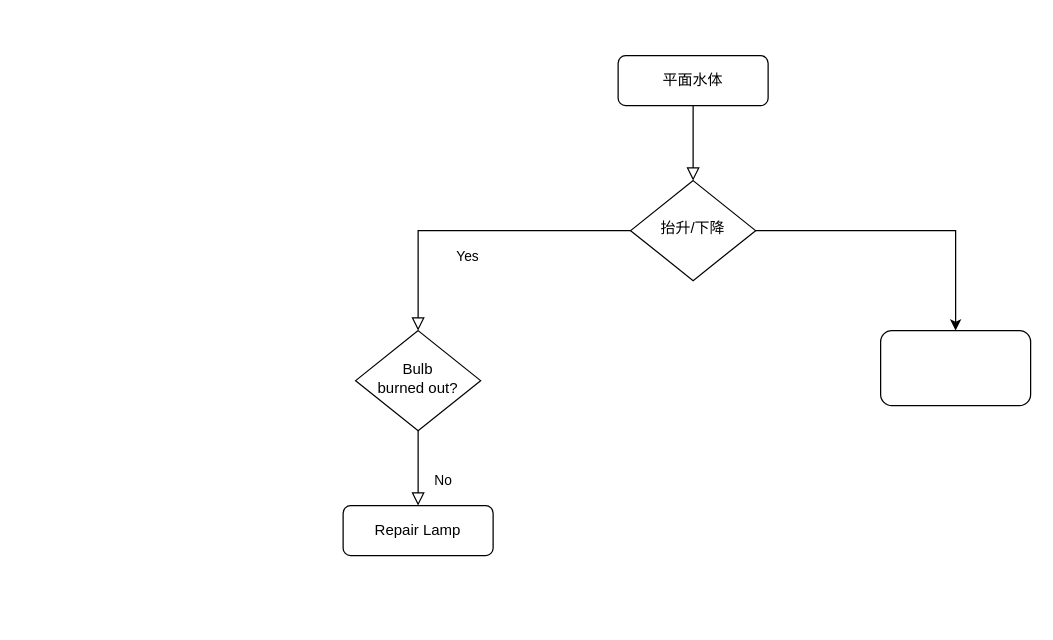
Earlier version of the draw.io diagram Untitled Diagram.drawio (ZihaoLiuLeo/BattleTank). Source tidied: cells renumbered, new cells numbered last; positions are measured from the earlier drawing's top-left corner, leaving out a move shared by most shapes. Both pictures are drawn from the tidied source at 125%, with x=0, y=0 at pixel (342, 55).
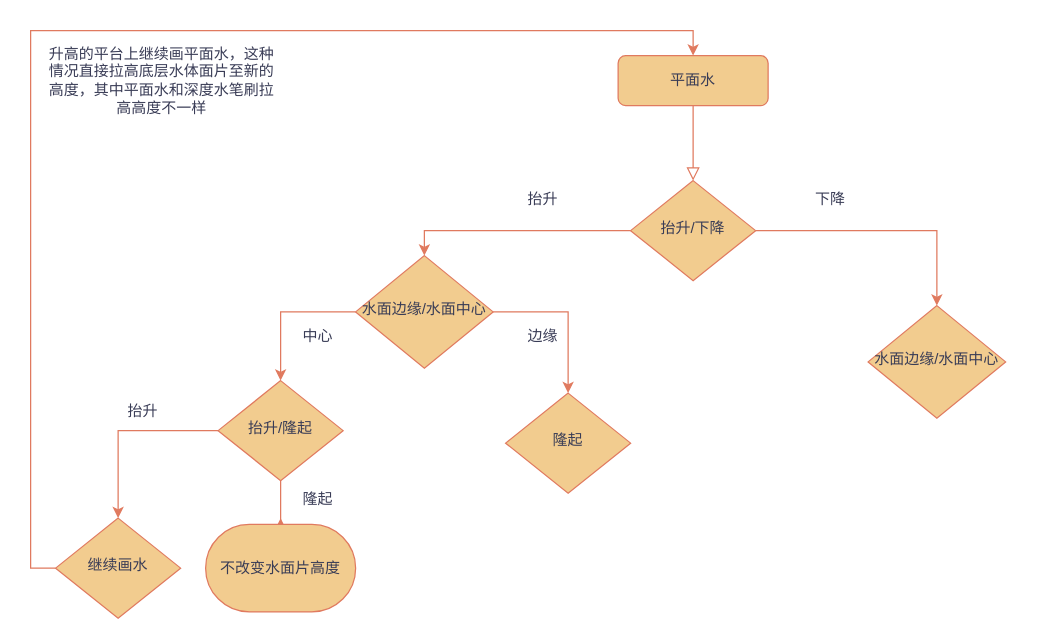
Above is the later version.

Change to the diagram source:
```diff
@@
-    <mxCell id="2" style="rounded=0;html=1;jettySize=auto;fontSize=11;endArrow=block;endFill=0;endSize=8;strokeWidth=1;shadow=0;labelBackgroundColor=none;edgeStyle=orthogonalEdgeStyle;" parent="1" edge="1" source="3" target="6">
+    <mxCell id="2" style="rounded=0;html=1;jettySize=auto;fontSize=11;endArrow=block;endFill=0;endSize=8;strokeWidth=1;shadow=0;labelBackgroundColor=none;edgeStyle=orthogonalEdgeStyle;strokeColor=#E07A5F;fontColor=default;" parent="1" edge="1" source="3" target="6">
       <mxGeometry relative="1" as="geometry" />
     </mxCell>
-    <mxCell id="3" value="平面水体" style="rounded=1;whiteSpace=wrap;html=1;fontSize=12;glass=0;strokeWidth=1;shadow=0;" parent="1" vertex="1">
+    <mxCell id="3" value="平面水" style="rounded=1;whiteSpace=wrap;html=1;fontSize=12;glass=0;strokeWidth=1;shadow=0;labelBackgroundColor=none;fillColor=#F2CC8F;strokeColor=#E07A5F;fontColor=#393C56;" parent="1" vertex="1">
       <mxGeometry x="220" width="120" height="40" as="geometry" />
     </mxCell>
-    <mxCell id="4" value="Yes" style="rounded=0;jettySize=auto;fontSize=11;endArrow=block;endFill=0;endSize=8;strokeWidth=1;shadow=0;labelBackgroundColor=none;edgeStyle=orthogonalEdgeStyle;" parent="1" edge="1" source="6" target="8">
-      <mxGeometry x="0.04" y="20" relative="1" as="geometry" />
-    </mxCell>
-    <mxCell id="5" style="edgeStyle=orthogonalEdgeStyle;rounded=0;jettySize=auto;html=1;" parent="1" edge="1" source="6" target="10">
-      <mxGeometry relative="1" as="geometry" />
-    </mxCell>
+    <mxCell id="11" style="edgeStyle=orthogonalEdgeStyle;rounded=0;jettySize=auto;html=1;entryX=0.5;entryY=0;entryDx=0;entryDy=0;labelBackgroundColor=none;strokeColor=#E07A5F;fontColor=default;" parent="1" edge="1" source="6" target="15">
+      <mxGeometry relative="1" as="geometry" />
+    </mxCell>
+    <mxCell id="12" style="edgeStyle=orthogonalEdgeStyle;rounded=0;jettySize=auto;html=1;labelBackgroundColor=none;strokeColor=#E07A5F;fontColor=default;entryX=0.5;entryY=0;entryDx=0;entryDy=0;" parent="1" edge="1" source="6" target="27">
+      <mxGeometry relative="1" as="geometry" />
+    </mxCell>
-    <mxCell id="6" value="抬升/下降" style="rhombus;whiteSpace=wrap;html=1;shadow=0;fontFamily=Helvetica;fontSize=12;align=center;strokeWidth=1;spacing=6;spacingTop=-4;" parent="1" vertex="1">
+    <mxCell id="6" value="抬升/下降" style="rhombus;whiteSpace=wrap;html=1;shadow=0;fontFamily=Helvetica;fontSize=12;align=center;strokeWidth=1;spacing=6;spacingTop=-4;labelBackgroundColor=none;fillColor=#F2CC8F;strokeColor=#E07A5F;fontColor=#393C56;" parent="1" vertex="1">
       <mxGeometry x="230" y="100" width="100" height="80" as="geometry" />
     </mxCell>
-    <mxCell id="7" value="No" style="rounded=0;html=1;jettySize=auto;fontSize=11;endArrow=block;endFill=0;endSize=8;strokeWidth=1;shadow=0;labelBackgroundColor=none;edgeStyle=orthogonalEdgeStyle;" parent="1" edge="1" source="8" target="9">
-      <mxGeometry x="0.33" y="20" relative="1" as="geometry" />
-    </mxCell>
-    <mxCell id="8" value="Bulb&lt;br&gt;burned out?" style="rhombus;whiteSpace=wrap;html=1;shadow=0;fontFamily=Helvetica;fontSize=12;align=center;strokeWidth=1;spacing=6;spacingTop=-4;" parent="1" vertex="1">
-      <mxGeometry x="10" y="220" width="100" height="80" as="geometry" />
-    </mxCell>
-    <mxCell id="9" value="Repair Lamp" style="rounded=1;whiteSpace=wrap;html=1;fontSize=12;glass=0;strokeWidth=1;shadow=0;" parent="1" vertex="1">
-      <mxGeometry y="360" width="120" height="40" as="geometry" />
-    </mxCell>
-    <mxCell id="10" style="rounded=1;whiteSpace=wrap;html=1;shadow=0;strokeWidth=1;spacing=6;spacingTop=-4;" parent="1" vertex="1">
-      <mxGeometry x="430" y="220" width="120" height="60" as="geometry" />
-    </mxCell>
+    <mxCell id="13" style="edgeStyle=orthogonalEdgeStyle;rounded=0;jettySize=auto;html=1;labelBackgroundColor=none;strokeColor=#E07A5F;fontColor=default;" parent="1" edge="1" source="15" target="20">
+      <mxGeometry relative="1" as="geometry" />
+    </mxCell>
+    <mxCell id="14" style="edgeStyle=orthogonalEdgeStyle;rounded=0;jettySize=auto;html=1;labelBackgroundColor=none;strokeColor=#E07A5F;fontColor=default;" parent="1" edge="1" source="15" target="21">
+      <mxGeometry relative="1" as="geometry" />
+    </mxCell>
+    <mxCell id="15" value="水面边缘/水面中心" style="rhombus;whiteSpace=wrap;html=1;shadow=0;fontFamily=Helvetica;fontSize=12;align=center;strokeWidth=1;spacing=6;spacingTop=-4;labelBackgroundColor=none;fillColor=#F2CC8F;strokeColor=#E07A5F;fontColor=#393C56;" parent="1" vertex="1">
+      <mxGeometry x="10" y="160" width="110" height="90" as="geometry" />
+    </mxCell>
+    <mxCell id="16" value="抬升" style="text;html=1;strokeColor=none;fillColor=none;align=center;verticalAlign=middle;whiteSpace=wrap;rounded=0;labelBackgroundColor=none;fontColor=#393C56;" parent="1" vertex="1">
+      <mxGeometry x="130" y="100" width="60" height="30" as="geometry" />
+    </mxCell>
+    <mxCell id="17" value="下降" style="text;html=1;strokeColor=none;fillColor=none;align=center;verticalAlign=middle;whiteSpace=wrap;rounded=0;labelBackgroundColor=none;fontColor=#393C56;" parent="1" vertex="1">
+      <mxGeometry x="360" y="100" width="60" height="30" as="geometry" />
+    </mxCell>
+    <mxCell id="18" style="edgeStyle=orthogonalEdgeStyle;rounded=0;jettySize=auto;html=1;labelBackgroundColor=none;strokeColor=#E07A5F;fontColor=default;" parent="1" edge="1" source="20" target="26">
+      <mxGeometry relative="1" as="geometry" />
+    </mxCell>
+    <mxCell id="19" style="edgeStyle=orthogonalEdgeStyle;rounded=0;jettySize=auto;html=1;labelBackgroundColor=none;strokeColor=#E07A5F;fontColor=default;" parent="1" edge="1" source="20">
+      <mxGeometry relative="1" as="geometry">
+        <mxPoint x="-50" y="370" as="targetPoint" />
+        <Array as="points">
+          <mxPoint x="-50" y="380" />
+          <mxPoint x="-50" y="380" />
+        </Array>
+      </mxGeometry>
+    </mxCell>
+    <mxCell id="20" value="抬升/隆起" style="rhombus;whiteSpace=wrap;html=1;shadow=0;fontFamily=Helvetica;fontSize=12;align=center;strokeWidth=1;spacing=6;spacingTop=-4;labelBackgroundColor=none;fillColor=#F2CC8F;strokeColor=#E07A5F;fontColor=#393C56;" parent="1" vertex="1">
+      <mxGeometry x="-100" y="260" width="100" height="80" as="geometry" />
+    </mxCell>
+    <mxCell id="21" value="隆起" style="rhombus;whiteSpace=wrap;html=1;shadow=0;fontFamily=Helvetica;fontSize=12;align=center;strokeWidth=1;spacing=6;spacingTop=-4;labelBackgroundColor=none;fillColor=#F2CC8F;strokeColor=#E07A5F;fontColor=#393C56;" parent="1" vertex="1">
+      <mxGeometry x="130" y="270" width="100" height="80" as="geometry" />
+    </mxCell>
+    <mxCell id="22" value="中心" style="text;html=1;strokeColor=none;fillColor=none;align=center;verticalAlign=middle;whiteSpace=wrap;rounded=0;labelBackgroundColor=none;fontColor=#393C56;" parent="1" vertex="1">
+      <mxGeometry x="-50" y="210" width="60" height="30" as="geometry" />
+    </mxCell>
+    <mxCell id="23" value="边缘" style="text;html=1;strokeColor=none;fillColor=none;align=center;verticalAlign=middle;whiteSpace=wrap;rounded=0;labelBackgroundColor=none;fontColor=#393C56;" parent="1" vertex="1">
+      <mxGeometry x="130" y="210" width="60" height="30" as="geometry" />
+    </mxCell>
+    <mxCell id="24" value="升高的平台上继续画平面水，这种情况直接拉高底层水体面片至新的高度，其中平面水和深度水笔刷拉高高度不一样" style="text;html=1;strokeColor=none;fillColor=none;align=center;verticalAlign=middle;whiteSpace=wrap;rounded=0;labelBackgroundColor=none;fontColor=#393C56;" parent="1" vertex="1">
+      <mxGeometry x="-240" y="-10" width="190" height="60" as="geometry" />
+    </mxCell>
+    <mxCell id="25" style="edgeStyle=orthogonalEdgeStyle;rounded=0;jettySize=auto;html=1;exitX=0;exitY=0.5;exitDx=0;exitDy=0;entryX=0.5;entryY=0;entryDx=0;entryDy=0;labelBackgroundColor=none;strokeColor=#E07A5F;fontColor=default;" parent="1" edge="1" source="26" target="3">
+      <mxGeometry relative="1" as="geometry" />
+    </mxCell>
+    <mxCell id="26" value="继续画水" style="rhombus;whiteSpace=wrap;html=1;shadow=0;fontFamily=Helvetica;fontSize=12;align=center;strokeWidth=1;spacing=6;spacingTop=-4;labelBackgroundColor=none;fillColor=#F2CC8F;strokeColor=#E07A5F;fontColor=#393C56;" parent="1" vertex="1">
+      <mxGeometry x="-230" y="370" width="100" height="80" as="geometry" />
+    </mxCell>
+    <mxCell id="27" value="水面边缘/水面中心" style="rhombus;whiteSpace=wrap;html=1;shadow=0;fontFamily=Helvetica;fontSize=12;align=center;strokeWidth=1;spacing=6;spacingTop=-4;labelBackgroundColor=none;fillColor=#F2CC8F;strokeColor=#E07A5F;fontColor=#393C56;" parent="1" vertex="1">
+      <mxGeometry x="420" y="200" width="110" height="90" as="geometry" />
+    </mxCell>
+    <mxCell id="28" value="隆起" style="text;html=1;strokeColor=none;fillColor=none;align=center;verticalAlign=middle;whiteSpace=wrap;rounded=0;fontColor=#393C56;" parent="1" vertex="1">
+      <mxGeometry x="-50" y="340" width="60" height="30" as="geometry" />
+    </mxCell>
+    <mxCell id="29" value="抬升" style="text;html=1;strokeColor=none;fillColor=none;align=center;verticalAlign=middle;whiteSpace=wrap;rounded=0;fontColor=#393C56;" parent="1" vertex="1">
+      <mxGeometry x="-190" y="270" width="60" height="30" as="geometry" />
+    </mxCell>
+    <mxCell id="30" value="不改变水面片高度" style="rounded=1;whiteSpace=wrap;html=1;fontSize=12;glass=0;strokeWidth=1;shadow=0;labelBackgroundColor=none;fillColor=#F2CC8F;strokeColor=#E07A5F;fontColor=#393C56;arcSize=50;" parent="1" vertex="1">
+      <mxGeometry x="-110" y="375" width="120" height="70" as="geometry" />
+    </mxCell>
```
